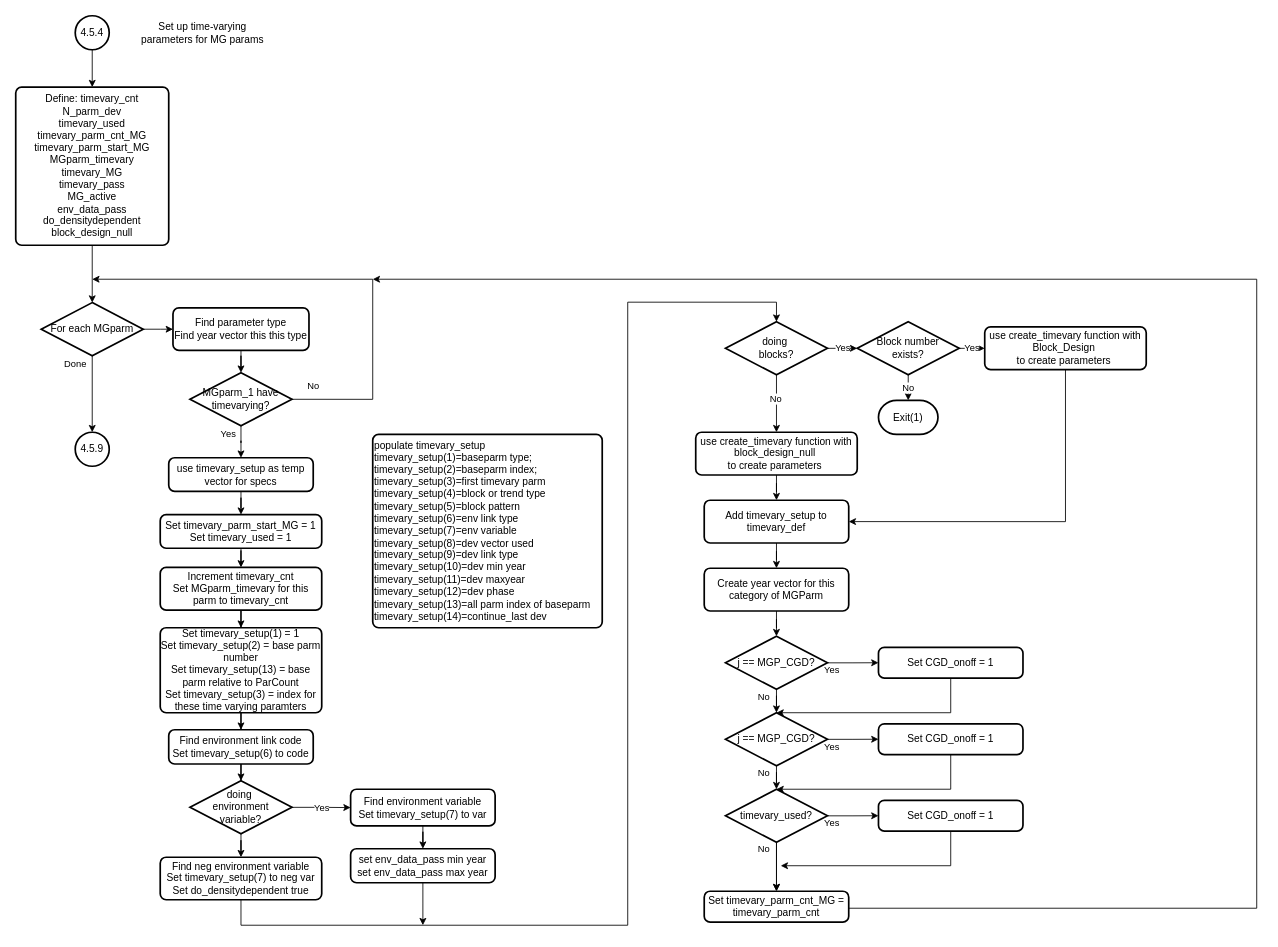
Before: readControl_4-5-4.drawio in nmfs-ost/ss3-flowcharts, a draw.io diagram. Source tidied: cells renumbered, new cells numbered last; positions are measured from the earlier drawing's top-left corner, leaving out a move shared by most shapes. Both pictures are drawn from the tidied source at 85%, with x=0, y=0 at pixel (15, 15).
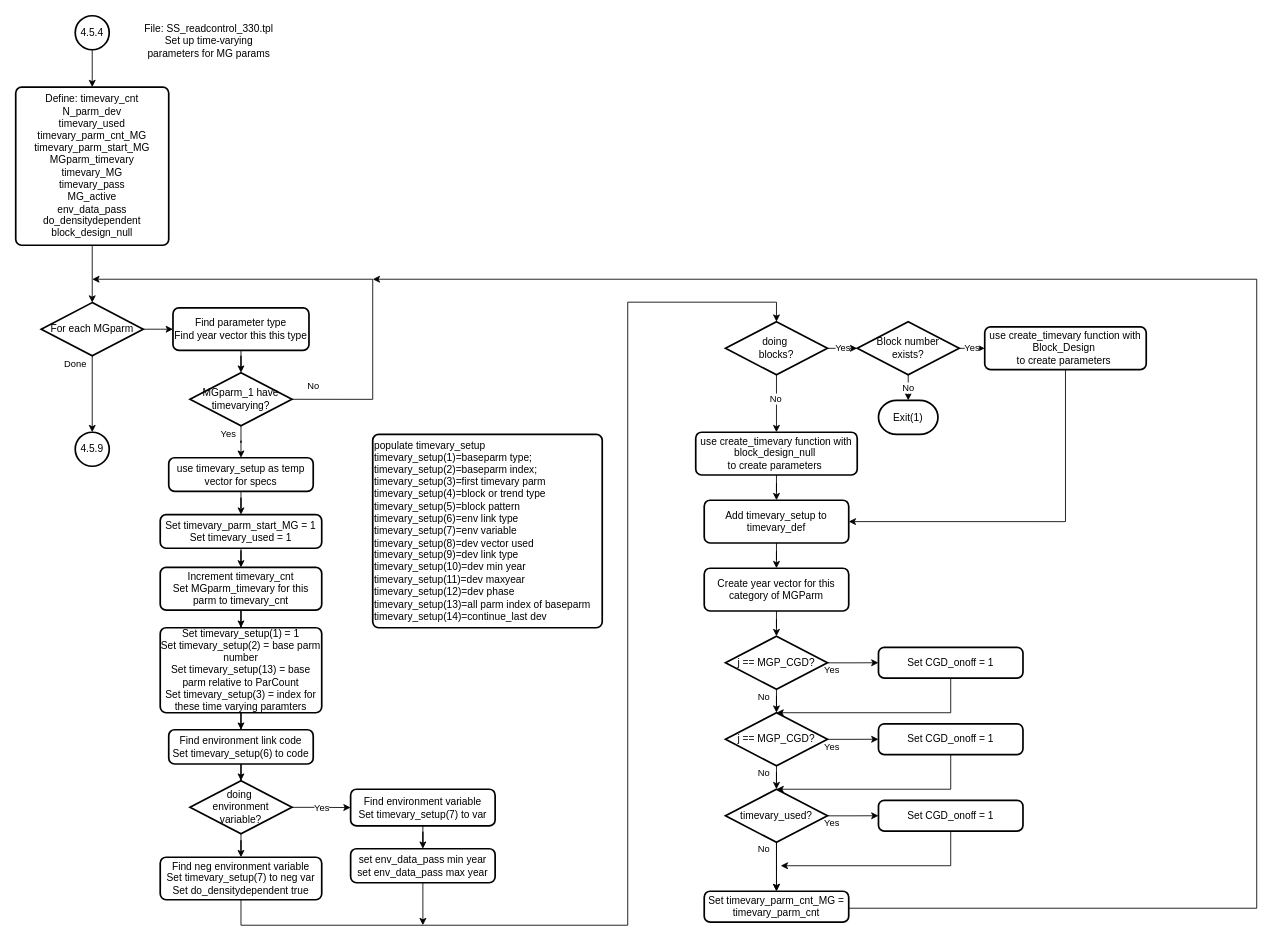
Above is the later version.

What changed in the source:
```diff
@@
-    <mxCell id="4" value="Set up time-varying parameters for MG params" style="text;html=1;strokeColor=none;fillColor=none;align=center;verticalAlign=middle;whiteSpace=wrap;rounded=0;" parent="1" vertex="1">
-      <mxGeometry x="145" width="150" height="40" as="geometry" />
+    <mxCell id="4" value="File: SS_readcontrol_330.tpl&lt;br&gt;Set up time-varying parameters for MG params" style="text;html=1;strokeColor=none;fillColor=none;align=center;verticalAlign=middle;whiteSpace=wrap;rounded=0;" parent="1" vertex="1">
+      <mxGeometry x="145" width="165" height="60" as="geometry" />
     </mxCell>
```
